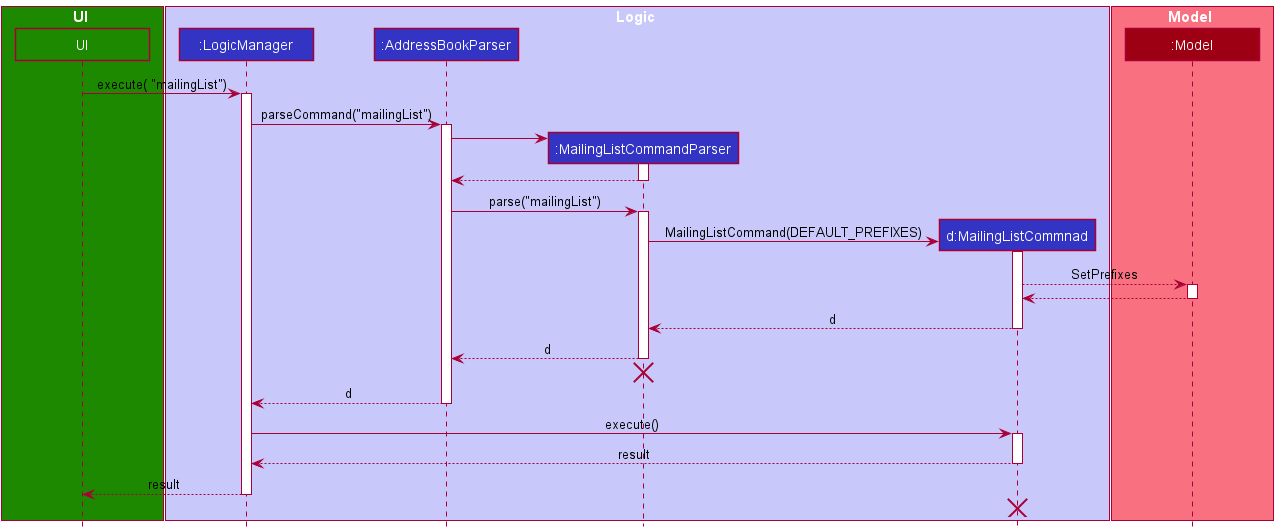
Earlier version of the PlantUML export docs/images/MailingListSequenceDiagram.png (nus-cs2103-AY2122S1/tp).
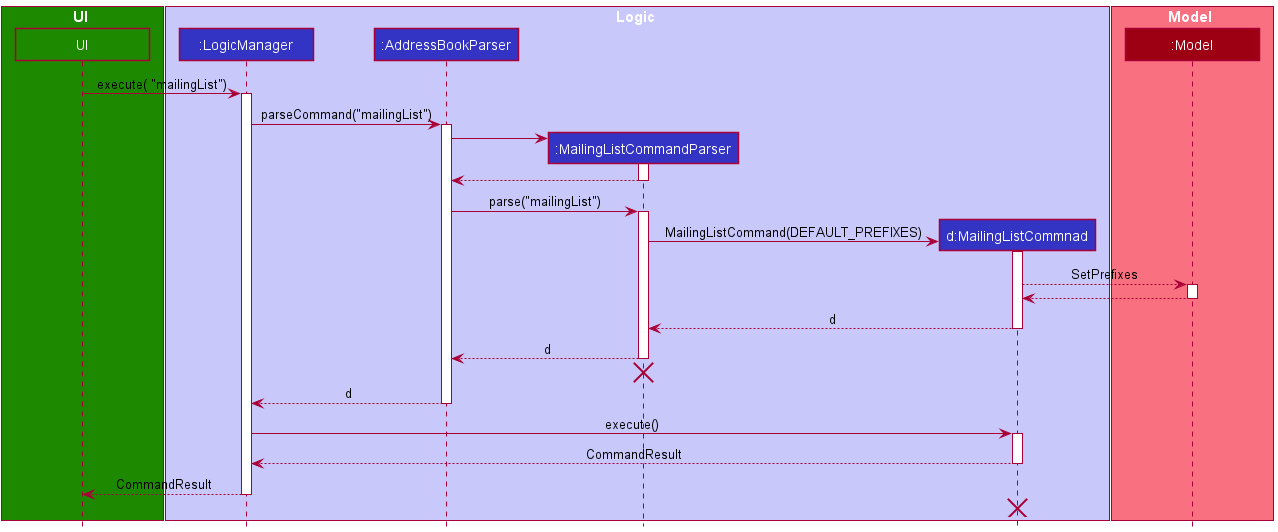
The same diagram one commit later.

Commit message:
Fix CommandResult phrasing

The edit, as a diff of the source:
```diff
@@ -57,10 +57,10 @@
 activate MailingListCommand
 
 
-MailingListCommand --> LogicManager : result
+MailingListCommand --> LogicManager : CommandResult
 deactivate MailingListCommand
 
-UI <--LogicManager: result
+UI <--LogicManager: CommandResult
 deactivate LogicManager
 MailingListCommand -[hidden]-> LogicManager
 destroy MailingListCommand
```
